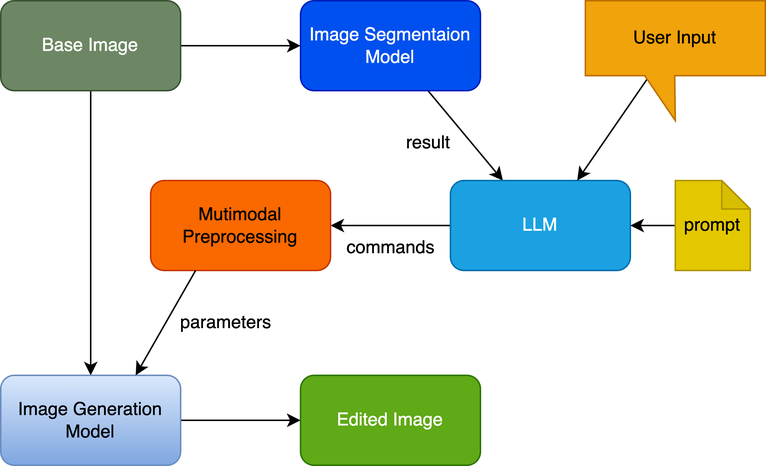
BinciLuo/BUPTBachelorThesis keeps this draw.io diagram as pictures/multimodal.png. Above is the earlier version. Source tidied: cells renumbered, new cells last; positions are measured from the earlier drawing's top-left corner, leaving out a move shared by most shapes. The source it was exported from:
```xml
<mxGraphModel>
  <root>
    <mxCell id="0" />
    <mxCell id="1" parent="0" />
    <mxCell id="2" style="edgeStyle=none;html=1;" parent="1" edge="1" source="4" target="6">
      <mxGeometry relative="1" as="geometry" />
    </mxCell>
    <mxCell id="3" style="edgeStyle=none;html=1;" parent="1" edge="1" source="4" target="15">
      <mxGeometry relative="1" as="geometry" />
    </mxCell>
    <mxCell id="4" value="Base Image" style="rounded=1;whiteSpace=wrap;html=1;fillColor=#6d8764;fontColor=#ffffff;strokeColor=#3A5431;" parent="1" vertex="1">
      <mxGeometry width="120" height="60" as="geometry" />
    </mxCell>
    <mxCell id="5" style="edgeStyle=none;html=1;" parent="1" edge="1" source="6" target="8">
      <mxGeometry relative="1" as="geometry" />
    </mxCell>
    <mxCell id="6" value="Image Segmentaion Model" style="whiteSpace=wrap;html=1;rounded=1;fillColor=#0050ef;fontColor=#ffffff;strokeColor=#001DBC;" parent="1" vertex="1">
      <mxGeometry x="200" width="120" height="60" as="geometry" />
    </mxCell>
    <mxCell id="7" style="edgeStyle=none;html=1;" parent="1" edge="1" source="8" target="18">
      <mxGeometry relative="1" as="geometry" />
    </mxCell>
    <mxCell id="8" value="LLM" style="rounded=1;whiteSpace=wrap;html=1;fillColor=#1ba1e2;fontColor=#ffffff;strokeColor=#006EAF;" parent="1" vertex="1">
      <mxGeometry x="300" y="120" width="120" height="60" as="geometry" />
    </mxCell>
    <mxCell id="9" style="edgeStyle=none;html=1;" parent="1" edge="1" source="10" target="8">
      <mxGeometry relative="1" as="geometry" />
    </mxCell>
    <mxCell id="10" value="User Input" style="shape=callout;whiteSpace=wrap;html=1;perimeter=calloutPerimeter;position2=0.5;size=30;position=0.33;base=20;fillColor=#f0a30a;fontColor=#000000;strokeColor=#BD7000;" parent="1" vertex="1">
      <mxGeometry x="390" width="120" height="80" as="geometry" />
    </mxCell>
    <mxCell id="11" value="result" style="text;html=1;align=center;verticalAlign=middle;strokeColor=none;fillColor=none;" parent="1" vertex="1">
      <mxGeometry x="260" y="80" width="50" height="30" as="geometry" />
    </mxCell>
    <mxCell id="12" style="edgeStyle=none;html=1;" parent="1" edge="1" source="13" target="8">
      <mxGeometry relative="1" as="geometry" />
    </mxCell>
    <mxCell id="13" value="prompt" style="shape=note;whiteSpace=wrap;html=1;backgroundOutline=1;darkOpacity=0.05;size=19;fillColor=#e3c800;fontColor=#000000;strokeColor=#B09500;" parent="1" vertex="1">
      <mxGeometry x="450" y="120" width="50" height="60" as="geometry" />
    </mxCell>
    <mxCell id="14" style="edgeStyle=none;html=1;entryX=0;entryY=0.5;entryDx=0;entryDy=0;" parent="1" edge="1" source="15" target="17">
      <mxGeometry relative="1" as="geometry" />
    </mxCell>
    <mxCell id="15" value="Image Generation Model" style="rounded=1;whiteSpace=wrap;html=1;fillColor=#dae8fc;strokeColor=#6c8ebf;gradientColor=#7ea6e0;" parent="1" vertex="1">
      <mxGeometry y="250" width="120" height="60" as="geometry" />
    </mxCell>
    <mxCell id="16" value="commands" style="text;html=1;align=center;verticalAlign=middle;strokeColor=none;fillColor=none;" parent="1" vertex="1">
      <mxGeometry x="120" y="160" width="80" height="30" as="geometry" />
    </mxCell>
    <mxCell id="17" value="Edited Image" style="whiteSpace=wrap;html=1;rounded=1;fillColor=#60a917;strokeColor=#2D7600;fontColor=#ffffff;" parent="1" vertex="1">
      <mxGeometry x="200" y="250" width="120" height="60" as="geometry" />
    </mxCell>
    <mxCell id="18" value="Mutimodal&lt;br&gt;Preprocessing" style="rounded=1;whiteSpace=wrap;html=1;fillColor=#fa6800;fontColor=#000000;strokeColor=#C73500;" parent="1" vertex="1">
      <mxGeometry x="100" y="120" width="120" height="60" as="geometry" />
    </mxCell>
    <mxCell id="19" style="endArrow=classic;html=1;exitX=0.25;exitY=1;exitDx=0;exitDy=0;entryX=0.75;entryY=0;entryDx=0;entryDy=0;" parent="1" edge="1" source="18" target="15">
      <mxGeometry relative="1" as="geometry" />
    </mxCell>
    <mxCell id="20" value="commands" style="text;html=1;align=center;verticalAlign=middle;strokeColor=none;fillColor=none;" parent="1" vertex="1">
      <mxGeometry x="220" y="150" width="80" height="30" as="geometry" />
    </mxCell>
    <mxCell id="21" value="parameters" style="text;html=1;align=center;verticalAlign=middle;strokeColor=none;fillColor=none;" parent="1" vertex="1">
      <mxGeometry x="110" y="200" width="80" height="30" as="geometry" />
    </mxCell>
  </root>
</mxGraphModel>
```
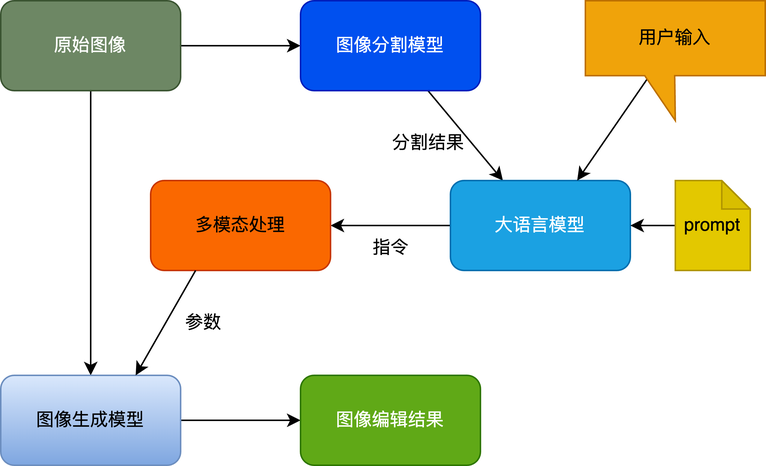
After the commit.

Change to the diagram source:
```diff
@@ -8,29 +8,29 @@
     <mxCell id="3" style="edgeStyle=none;html=1;" parent="1" edge="1" source="4" target="15">
       <mxGeometry relative="1" as="geometry" />
     </mxCell>
-    <mxCell id="4" value="Base Image" style="rounded=1;whiteSpace=wrap;html=1;fillColor=#6d8764;fontColor=#ffffff;strokeColor=#3A5431;" parent="1" vertex="1">
+    <mxCell id="4" value="原始图像" style="rounded=1;whiteSpace=wrap;html=1;fillColor=#6d8764;fontColor=#ffffff;strokeColor=#3A5431;" parent="1" vertex="1">
       <mxGeometry width="120" height="60" as="geometry" />
     </mxCell>
     <mxCell id="5" style="edgeStyle=none;html=1;" parent="1" edge="1" source="6" target="8">
       <mxGeometry relative="1" as="geometry" />
     </mxCell>
-    <mxCell id="6" value="Image Segmentaion Model" style="whiteSpace=wrap;html=1;rounded=1;fillColor=#0050ef;fontColor=#ffffff;strokeColor=#001DBC;" parent="1" vertex="1">
+    <mxCell id="6" value="图像分割模型" style="whiteSpace=wrap;html=1;rounded=1;fillColor=#0050ef;fontColor=#ffffff;strokeColor=#001DBC;" parent="1" vertex="1">
       <mxGeometry x="200" width="120" height="60" as="geometry" />
     </mxCell>
     <mxCell id="7" style="edgeStyle=none;html=1;" parent="1" edge="1" source="8" target="18">
       <mxGeometry relative="1" as="geometry" />
     </mxCell>
-    <mxCell id="8" value="LLM" style="rounded=1;whiteSpace=wrap;html=1;fillColor=#1ba1e2;fontColor=#ffffff;strokeColor=#006EAF;" parent="1" vertex="1">
+    <mxCell id="8" value="大语言模型" style="rounded=1;whiteSpace=wrap;html=1;fillColor=#1ba1e2;fontColor=#ffffff;strokeColor=#006EAF;" parent="1" vertex="1">
       <mxGeometry x="300" y="120" width="120" height="60" as="geometry" />
     </mxCell>
     <mxCell id="9" style="edgeStyle=none;html=1;" parent="1" edge="1" source="10" target="8">
       <mxGeometry relative="1" as="geometry" />
     </mxCell>
-    <mxCell id="10" value="User Input" style="shape=callout;whiteSpace=wrap;html=1;perimeter=calloutPerimeter;position2=0.5;size=30;position=0.33;base=20;fillColor=#f0a30a;fontColor=#000000;strokeColor=#BD7000;" parent="1" vertex="1">
+    <mxCell id="10" value="用户输入" style="shape=callout;whiteSpace=wrap;html=1;perimeter=calloutPerimeter;position2=0.5;size=30;position=0.33;base=20;fillColor=#f0a30a;fontColor=#000000;strokeColor=#BD7000;" parent="1" vertex="1">
       <mxGeometry x="390" width="120" height="80" as="geometry" />
     </mxCell>
-    <mxCell id="11" value="result" style="text;html=1;align=center;verticalAlign=middle;strokeColor=none;fillColor=none;" parent="1" vertex="1">
-      <mxGeometry x="260" y="80" width="50" height="30" as="geometry" />
+    <mxCell id="11" value="分割结果" style="text;html=1;align=center;verticalAlign=middle;strokeColor=none;fillColor=none;" parent="1" vertex="1">
+      <mxGeometry x="250" y="80" width="70" height="30" as="geometry" />
     </mxCell>
     <mxCell id="12" style="edgeStyle=none;html=1;" parent="1" edge="1" source="13" target="8">
       <mxGeometry relative="1" as="geometry" />
@@ -41,26 +41,26 @@
     <mxCell id="14" style="edgeStyle=none;html=1;entryX=0;entryY=0.5;entryDx=0;entryDy=0;" parent="1" edge="1" source="15" target="17">
       <mxGeometry relative="1" as="geometry" />
     </mxCell>
-    <mxCell id="15" value="Image Generation Model" style="rounded=1;whiteSpace=wrap;html=1;fillColor=#dae8fc;strokeColor=#6c8ebf;gradientColor=#7ea6e0;" parent="1" vertex="1">
+    <mxCell id="15" value="图像生成模型" style="rounded=1;whiteSpace=wrap;html=1;fillColor=#dae8fc;strokeColor=#6c8ebf;gradientColor=#7ea6e0;" parent="1" vertex="1">
       <mxGeometry y="250" width="120" height="60" as="geometry" />
     </mxCell>
     <mxCell id="16" value="commands" style="text;html=1;align=center;verticalAlign=middle;strokeColor=none;fillColor=none;" parent="1" vertex="1">
       <mxGeometry x="120" y="160" width="80" height="30" as="geometry" />
     </mxCell>
-    <mxCell id="17" value="Edited Image" style="whiteSpace=wrap;html=1;rounded=1;fillColor=#60a917;strokeColor=#2D7600;fontColor=#ffffff;" parent="1" vertex="1">
+    <mxCell id="17" value="图像编辑结果" style="whiteSpace=wrap;html=1;rounded=1;fillColor=#60a917;strokeColor=#2D7600;fontColor=#ffffff;" parent="1" vertex="1">
       <mxGeometry x="200" y="250" width="120" height="60" as="geometry" />
     </mxCell>
-    <mxCell id="18" value="Mutimodal&lt;br&gt;Preprocessing" style="rounded=1;whiteSpace=wrap;html=1;fillColor=#fa6800;fontColor=#000000;strokeColor=#C73500;" parent="1" vertex="1">
+    <mxCell id="18" value="多模态处理" style="rounded=1;whiteSpace=wrap;html=1;fillColor=#fa6800;fontColor=#000000;strokeColor=#C73500;" parent="1" vertex="1">
       <mxGeometry x="100" y="120" width="120" height="60" as="geometry" />
     </mxCell>
     <mxCell id="19" style="endArrow=classic;html=1;exitX=0.25;exitY=1;exitDx=0;exitDy=0;entryX=0.75;entryY=0;entryDx=0;entryDy=0;" parent="1" edge="1" source="18" target="15">
       <mxGeometry relative="1" as="geometry" />
     </mxCell>
-    <mxCell id="20" value="commands" style="text;html=1;align=center;verticalAlign=middle;strokeColor=none;fillColor=none;" parent="1" vertex="1">
-      <mxGeometry x="220" y="150" width="80" height="30" as="geometry" />
+    <mxCell id="20" value="指令" style="text;html=1;align=center;verticalAlign=middle;strokeColor=none;fillColor=none;" parent="1" vertex="1">
+      <mxGeometry x="235" y="150" width="50" height="30" as="geometry" />
     </mxCell>
-    <mxCell id="21" value="parameters" style="text;html=1;align=center;verticalAlign=middle;strokeColor=none;fillColor=none;" parent="1" vertex="1">
-      <mxGeometry x="110" y="200" width="80" height="30" as="geometry" />
+    <mxCell id="21" value="参数" style="text;html=1;align=center;verticalAlign=middle;strokeColor=none;fillColor=none;" parent="1" vertex="1">
+      <mxGeometry x="110" y="200" width="50" height="30" as="geometry" />
     </mxCell>
   </root>
 </mxGraphModel>
```
